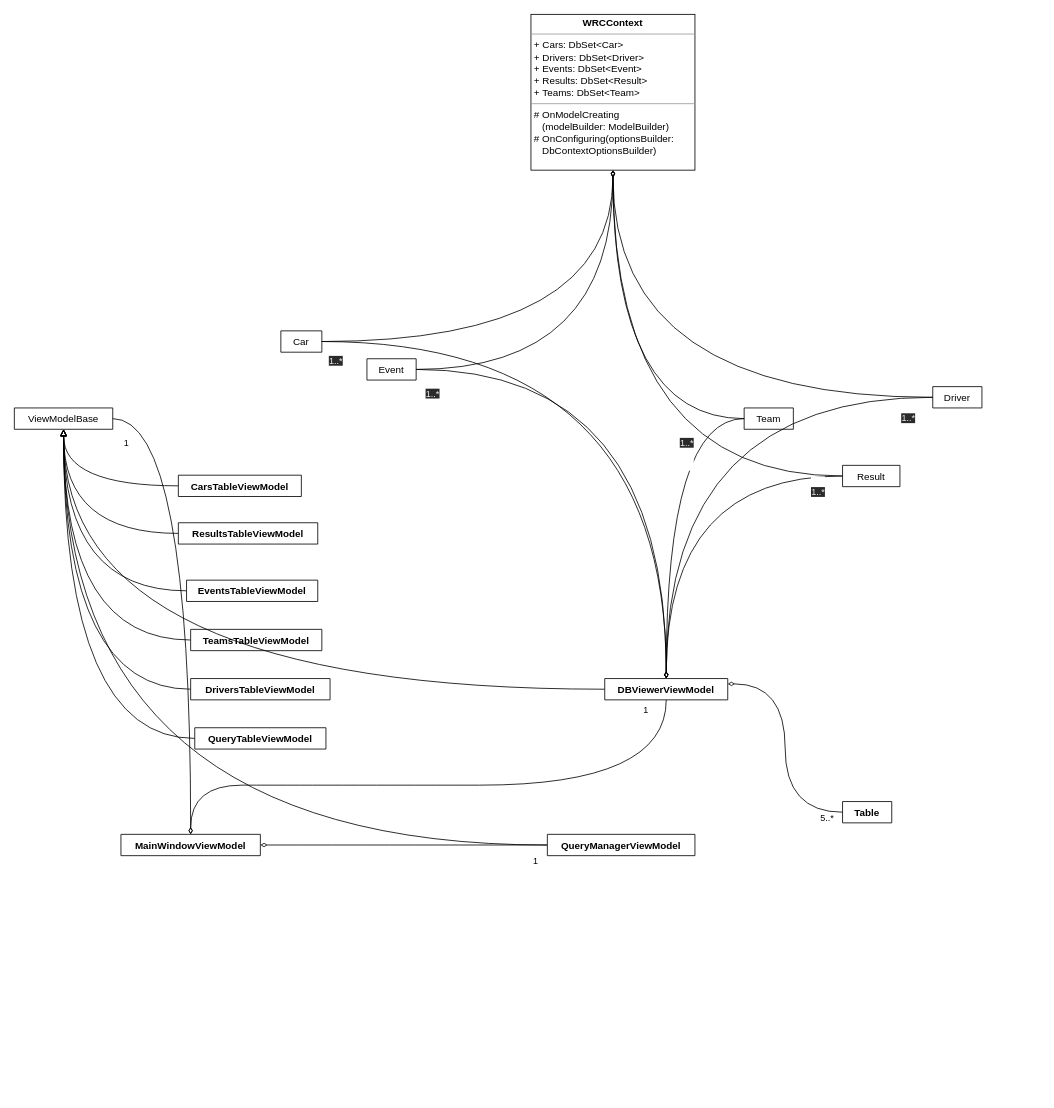
Shadowrazes/BD-Reader keeps this draw.io diagram as ClassDiagram.drawio. Above is the earlier version. Source tidied: cells renumbered, new cells numbered last; positions are measured from the earlier drawing's top-left corner, leaving out a move shared by most shapes. Both pictures are drawn from the tidied source at 82%, with x=0, y=0 at pixel (14, 14).
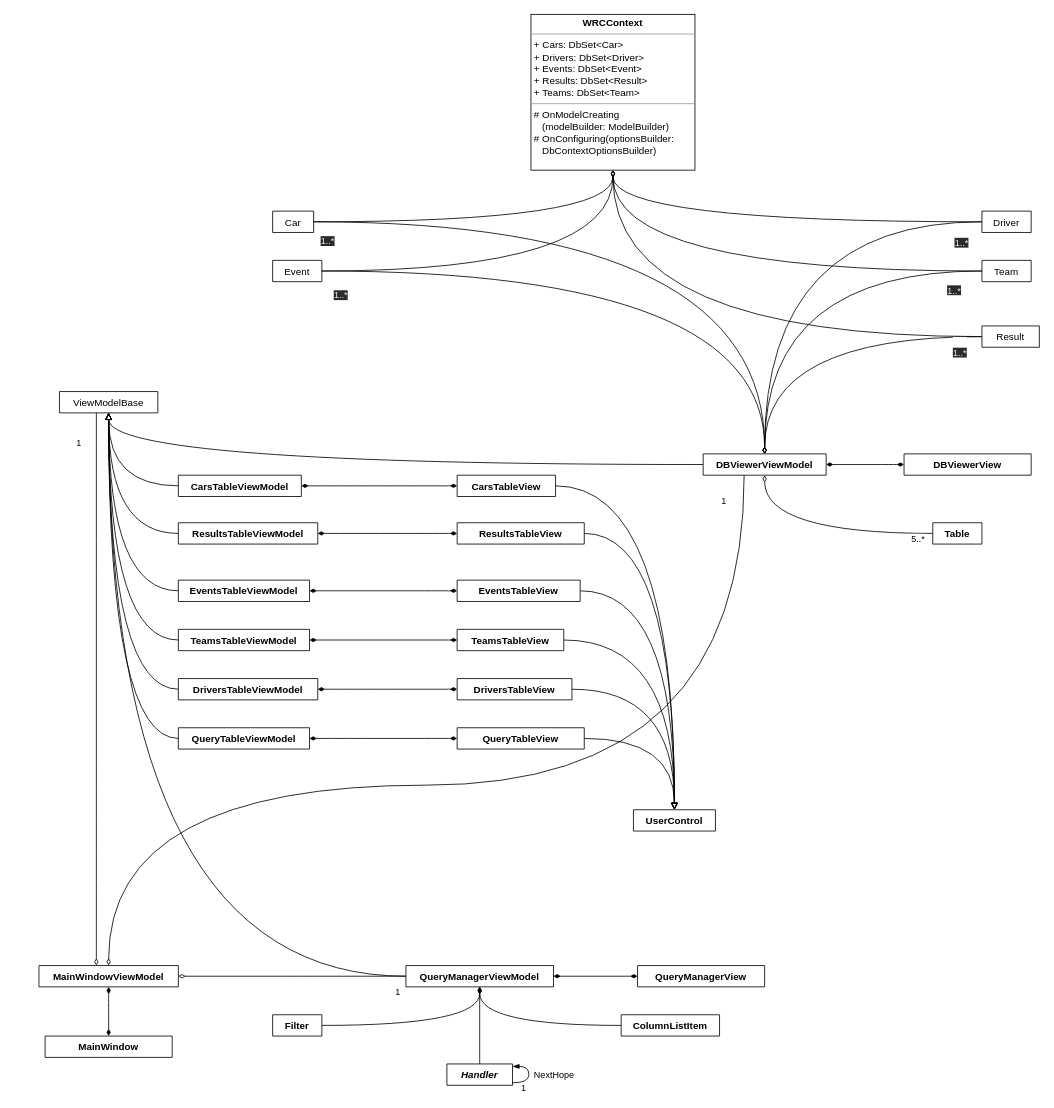
After the change.

Commit message (it also covers changes not shown here):
Update class diagram

The change refers to these unchanged cells:
```xml
<mxCell id="21" value="CarsTableViewModel" style="swimlane;fontStyle=1;align=center;verticalAlign=top;horizontal=1;startSize=26;" parent="1" vertex="1" collapsed="1">
  <mxGeometry x="200" y="562" width="150" height="26" as="geometry" />
</mxCell>
<mxCell id="27" value="ResultsTableViewModel" style="swimlane;fontStyle=1;align=center;verticalAlign=top;horizontal=1;startSize=26;" parent="1" vertex="1" collapsed="1">
  <mxGeometry x="200" y="620" width="170" height="26" as="geometry" />
</mxCell>
```

What changed in the source:
```diff
@@
     <mxCell id="5" value="Car" style="swimlane;fontStyle=0;horizontal=1;startSize=26;fillColor=none;" parent="1" vertex="1" collapsed="1">
-      <mxGeometry x="325" y="386" width="50" height="26" as="geometry" />
+      <mxGeometry x="315" y="240" width="50" height="26" as="geometry" />
     </mxCell>
@@
     <mxCell id="8" value="Driver" style="swimlane;fontStyle=0;horizontal=1;startSize=26;fillColor=none;" parent="1" vertex="1" collapsed="1">
-      <mxGeometry x="1120" y="454" width="60" height="26" as="geometry" />
+      <mxGeometry x="1180" y="240" width="60" height="26" as="geometry" />
     </mxCell>
@@
     <mxCell id="11" value="Event" style="swimlane;fontStyle=0;horizontal=1;startSize=26;fillColor=none;" parent="1" vertex="1" collapsed="1">
-      <mxGeometry x="430" y="420" width="60" height="26" as="geometry" />
+      <mxGeometry x="315" y="300" width="60" height="26" as="geometry" />
     </mxCell>
@@
     <mxCell id="14" value="Result" style="swimlane;fontStyle=0;horizontal=1;startSize=26;fillColor=none;" parent="1" vertex="1" collapsed="1">
-      <mxGeometry x="1010" y="550" width="70" height="26" as="geometry" />
+      <mxGeometry x="1180" y="380" width="70" height="26" as="geometry" />
     </mxCell>
@@
     <mxCell id="16" value="&#10;&lt;span style=&quot;color: rgb(240, 240, 240); font-family: Helvetica; font-size: 11px; font-style: normal; font-variant-ligatures: normal; font-variant-caps: normal; font-weight: 400; letter-spacing: normal; orphans: 2; text-align: center; text-indent: 0px; text-transform: none; widows: 2; word-spacing: 0px; -webkit-text-stroke-width: 0px; background-color: rgb(42, 42, 42); text-decoration-thickness: initial; text-decoration-style: initial; text-decoration-color: initial; float: none; display: inline !important;&quot;&gt;1..*&lt;/span&gt;&#10;&#10;" style="edgeStyle=orthogonalEdgeStyle;curved=1;jettySize=auto;html=1;endArrow=diamondThin;endFill=0;" parent="1" edge="1" source="17" target="36">
-      <mxGeometry x="-0.36" y="25" relative="1" as="geometry" />
+      <mxGeometry x="-0.86" y="31" relative="1" as="geometry" />
     </mxCell>
     <mxCell id="17" value="Team" style="swimlane;fontStyle=0;horizontal=1;startSize=26;fillColor=none;" parent="1" vertex="1" collapsed="1">
-      <mxGeometry x="890" y="480" width="60" height="26" as="geometry" />
+      <mxGeometry x="1180" y="300" width="60" height="26" as="geometry" />
     </mxCell>
     <mxCell id="18" value="1" style="edgeStyle=orthogonalEdgeStyle;curved=1;jettySize=auto;html=1;endArrow=diamondThin;endFill=0;labelPosition=left;verticalLabelPosition=bottom;align=right;verticalAlign=top;" parent="1" edge="1" source="19" target="40">
-      <mxGeometry x="-0.93" y="-17" relative="1" as="geometry" />
+      <mxGeometry x="-0.93" y="-17" relative="1" as="geometry">
+        <Array as="points">
+          <mxPoint x="100" y="1150" />
+          <mxPoint x="100" y="1150" />
+        </Array>
+      </mxGeometry>
     </mxCell>
     <mxCell id="19" value="ViewModelBase" style="swimlane;fontStyle=0;horizontal=1;startSize=26;fillColor=none;" parent="1" vertex="1" collapsed="1">
-      <mxGeometry y="480" width="120" height="26" as="geometry" />
+      <mxGeometry x="55" y="460" width="120" height="26" as="geometry" />
     </mxCell>
@@
     <mxCell id="23" value="DriversTableViewModel" style="swimlane;fontStyle=1;align=center;verticalAlign=top;horizontal=1;startSize=26;" parent="1" vertex="1" collapsed="1">
-      <mxGeometry x="215" y="810" width="170" height="26" as="geometry" />
+      <mxGeometry x="200" y="810" width="170" height="26" as="geometry" />
     </mxCell>
@@
     <mxCell id="25" value="EventsTableViewModel" style="swimlane;fontStyle=1;align=center;verticalAlign=top;horizontal=1;startSize=26;" parent="1" vertex="1" collapsed="1">
-      <mxGeometry x="210" y="690" width="160" height="26" as="geometry" />
+      <mxGeometry x="200" y="690" width="160" height="26" as="geometry" />
     </mxCell>
@@
     <mxCell id="29" value="TeamsTableViewModel" style="swimlane;fontStyle=1;align=center;verticalAlign=top;horizontal=1;startSize=26;" parent="1" vertex="1" collapsed="1">
-      <mxGeometry x="215" y="750" width="160" height="26" as="geometry" />
+      <mxGeometry x="200" y="750" width="160" height="26" as="geometry" />
     </mxCell>
-    <mxCell id="30" value="5..*" style="edgeStyle=orthogonalEdgeStyle;curved=1;jettySize=auto;html=1;endArrow=diamondThin;endFill=0;entryX=1;entryY=0.25;entryDx=0;entryDy=0;" parent="1" edge="1" source="31" target="36">
+    <mxCell id="30" value="5..*" style="edgeStyle=orthogonalEdgeStyle;curved=1;jettySize=auto;html=1;endArrow=diamondThin;endFill=0;" parent="1" edge="1" source="31" target="36">
       <mxGeometry x="-0.87" y="7" relative="1" as="geometry" />
     </mxCell>
     <mxCell id="31" value="Table" style="swimlane;fontStyle=1;align=center;verticalAlign=top;horizontal=1;startSize=26;" parent="1" vertex="1" collapsed="1">
-      <mxGeometry x="1010" y="960" width="60" height="26" as="geometry" />
+      <mxGeometry x="1120" y="620" width="60" height="26" as="geometry" />
     </mxCell>
@@
     <mxCell id="33" value="QueryTableViewModel" style="swimlane;fontStyle=1;align=center;verticalAlign=top;horizontal=1;startSize=26;" parent="1" vertex="1" collapsed="1">
-      <mxGeometry x="220" y="870" width="160" height="26" as="geometry" />
+      <mxGeometry x="200" y="870" width="160" height="26" as="geometry" />
     </mxCell>
@@
     <mxCell id="35" value="1" style="edgeStyle=orthogonalEdgeStyle;curved=1;jettySize=auto;html=1;endArrow=diamondThin;endFill=0;labelPosition=center;verticalLabelPosition=top;align=center;verticalAlign=bottom;" parent="1" edge="1" source="36" target="40">
       <mxGeometry x="-0.94" y="-25" relative="1" as="geometry">
         <Array as="points">
-          <mxPoint x="340" y="940" />
-          <mxPoint x="365" y="940" />
+          <mxPoint x="890" y="940" />
+          <mxPoint x="115" y="940" />
         </Array>
       </mxGeometry>
     </mxCell>
     <mxCell id="36" value="DBViewerViewModel" style="swimlane;fontStyle=1;align=center;verticalAlign=top;horizontal=1;startSize=26;" parent="1" vertex="1" collapsed="1">
-      <mxGeometry x="720" y="810" width="150" height="26" as="geometry" />
+      <mxGeometry x="840" y="536" width="150" height="26" as="geometry" />
     </mxCell>
@@
     <mxCell id="39" value="QueryManagerViewModel" style="swimlane;fontStyle=1;align=center;verticalAlign=top;horizontal=1;startSize=26;" parent="1" vertex="1" collapsed="1">
-      <mxGeometry x="650" y="1000" width="180" height="26" as="geometry" />
+      <mxGeometry x="477.5" y="1160" width="180" height="26" as="geometry" />
     </mxCell>
+    <mxCell id="41" style="edgeStyle=orthogonalEdgeStyle;curved=1;jettySize=auto;html=1;startArrow=diamondThin;startFill=1;endArrow=diamondThin;endFill=1;" parent="1" edge="1" source="40" target="66">
+      <mxGeometry relative="1" as="geometry" />
+    </mxCell>
     <mxCell id="40" value="MainWindowViewModel" style="swimlane;fontStyle=1;align=center;verticalAlign=top;horizontal=1;startSize=26;" parent="1" vertex="1" collapsed="1">
-      <mxGeometry x="130" y="1000" width="170" height="26" as="geometry" />
+      <mxGeometry x="30" y="1160" width="170" height="26" as="geometry" />
     </mxCell>
+    <mxCell id="42" style="edgeStyle=orthogonalEdgeStyle;curved=1;jettySize=auto;html=1;endArrow=diamondThin;endFill=1;" parent="1" edge="1" source="43" target="39">
+      <mxGeometry relative="1" as="geometry" />
+    </mxCell>
+    <mxCell id="43" value="Handler" style="swimlane;fontStyle=3;align=center;verticalAlign=top;horizontal=1;startSize=26;" parent="1" vertex="1" collapsed="1">
+      <mxGeometry x="527.5" y="1280" width="80" height="26" as="geometry" />
+    </mxCell>
+    <mxCell id="44" style="edgeStyle=orthogonalEdgeStyle;curved=1;jettySize=auto;html=1;endArrow=diamondThin;endFill=1;" parent="1" edge="1" source="45" target="39">
+      <mxGeometry relative="1" as="geometry" />
+    </mxCell>
+    <mxCell id="45" value="Filter" style="swimlane;fontStyle=1;align=center;verticalAlign=top;horizontal=1;startSize=26;" parent="1" vertex="1" collapsed="1">
+      <mxGeometry x="315" y="1220" width="60" height="26" as="geometry" />
+    </mxCell>
+    <mxCell id="46" style="edgeStyle=orthogonalEdgeStyle;curved=1;jettySize=auto;html=1;entryX=0.5;entryY=1;entryDx=0;entryDy=0;endArrow=diamondThin;endFill=1;" parent="1" edge="1" source="47" target="39">
+      <mxGeometry relative="1" as="geometry" />
+    </mxCell>
+    <mxCell id="47" value="ColumnListItem" style="swimlane;fontStyle=1;align=center;verticalAlign=top;horizontal=1;startSize=26;" parent="1" vertex="1" collapsed="1">
+      <mxGeometry x="740" y="1220" width="120" height="26" as="geometry" />
+    </mxCell>
+    <mxCell id="48" value="UserControl" style="swimlane;fontStyle=1;align=center;verticalAlign=top;horizontal=1;startSize=26;" parent="1" vertex="1" collapsed="1">
+      <mxGeometry x="755" y="970" width="100" height="26" as="geometry" />
+    </mxCell>
+    <mxCell id="49" style="edgeStyle=orthogonalEdgeStyle;curved=1;jettySize=auto;html=1;endArrow=diamondThin;endFill=1;startArrow=diamondThin;startFill=1;" parent="1" edge="1" source="51" target="21">
+      <mxGeometry relative="1" as="geometry" />
+    </mxCell>
+    <mxCell id="50" style="edgeStyle=orthogonalEdgeStyle;curved=1;jettySize=auto;html=1;startArrow=none;startFill=0;endArrow=block;endFill=0;" parent="1" edge="1" source="51" target="48">
+      <mxGeometry relative="1" as="geometry" />
+    </mxCell>
+    <mxCell id="51" value="CarsTableView" style="swimlane;fontStyle=1;align=center;verticalAlign=top;horizontal=1;startSize=26;" parent="1" vertex="1" collapsed="1">
+      <mxGeometry x="540" y="562" width="120" height="26" as="geometry" />
+    </mxCell>
+    <mxCell id="52" style="edgeStyle=orthogonalEdgeStyle;curved=1;jettySize=auto;html=1;endArrow=diamondThin;endFill=1;startArrow=diamondThin;startFill=1;" parent="1" edge="1" source="54" target="25">
+      <mxGeometry relative="1" as="geometry" />
+    </mxCell>
+    <mxCell id="53" style="edgeStyle=orthogonalEdgeStyle;curved=1;jettySize=auto;html=1;startArrow=none;startFill=0;endArrow=block;endFill=0;" parent="1" edge="1" source="54" target="48">
+      <mxGeometry relative="1" as="geometry" />
+    </mxCell>
+    <mxCell id="54" value="EventsTableView" style="swimlane;fontStyle=1;align=center;verticalAlign=top;horizontal=1;startSize=26;" parent="1" vertex="1" collapsed="1">
+      <mxGeometry x="540" y="690" width="150" height="26" as="geometry" />
+    </mxCell>
+    <mxCell id="55" style="edgeStyle=orthogonalEdgeStyle;curved=1;jettySize=auto;html=1;endArrow=diamondThin;endFill=1;startArrow=diamondThin;startFill=1;" parent="1" edge="1" source="57" target="29">
+      <mxGeometry relative="1" as="geometry" />
+    </mxCell>
+    <mxCell id="56" style="edgeStyle=orthogonalEdgeStyle;curved=1;jettySize=auto;html=1;startArrow=none;startFill=0;endArrow=block;endFill=0;" parent="1" edge="1" source="57" target="48">
+      <mxGeometry relative="1" as="geometry" />
+    </mxCell>
+    <mxCell id="57" value="TeamsTableView" style="swimlane;fontStyle=1;align=center;verticalAlign=top;horizontal=1;startSize=26;" parent="1" vertex="1" collapsed="1">
+      <mxGeometry x="540" y="750" width="130" height="26" as="geometry" />
+    </mxCell>
+    <mxCell id="58" style="edgeStyle=orthogonalEdgeStyle;curved=1;jettySize=auto;html=1;endArrow=diamondThin;endFill=1;startArrow=diamondThin;startFill=1;" parent="1" edge="1" source="60" target="23">
+      <mxGeometry relative="1" as="geometry" />
+    </mxCell>
+    <mxCell id="59" style="edgeStyle=orthogonalEdgeStyle;curved=1;jettySize=auto;html=1;startArrow=none;startFill=0;endArrow=block;endFill=0;" parent="1" edge="1" source="60" target="48">
+      <mxGeometry relative="1" as="geometry" />
+    </mxCell>
+    <mxCell id="60" value="DriversTableView" style="swimlane;fontStyle=1;align=center;verticalAlign=top;horizontal=1;startSize=26;" parent="1" vertex="1" collapsed="1">
+      <mxGeometry x="540" y="810" width="140" height="26" as="geometry" />
+    </mxCell>
+    <mxCell id="61" style="edgeStyle=orthogonalEdgeStyle;curved=1;jettySize=auto;html=1;endArrow=diamondThin;endFill=1;startArrow=diamondThin;startFill=1;" parent="1" edge="1" source="63" target="27">
+      <mxGeometry relative="1" as="geometry" />
+    </mxCell>
+    <mxCell id="62" style="edgeStyle=orthogonalEdgeStyle;curved=1;jettySize=auto;html=1;startArrow=none;startFill=0;endArrow=block;endFill=0;" parent="1" edge="1" source="63" target="48">
+      <mxGeometry relative="1" as="geometry" />
+    </mxCell>
+    <mxCell id="63" value="ResultsTableView" style="swimlane;fontStyle=1;align=center;verticalAlign=top;horizontal=1;startSize=26;" parent="1" vertex="1" collapsed="1">
+      <mxGeometry x="540" y="620" width="155" height="26" as="geometry" />
+    </mxCell>
+    <mxCell id="64" style="edgeStyle=orthogonalEdgeStyle;curved=1;jettySize=auto;html=1;startArrow=diamondThin;startFill=1;endArrow=diamondThin;endFill=1;" parent="1" edge="1" source="65" target="36">
+      <mxGeometry relative="1" as="geometry" />
+    </mxCell>
+    <mxCell id="65" value="DBViewerView" style="swimlane;fontStyle=1;align=center;verticalAlign=top;horizontal=1;startSize=26;" parent="1" vertex="1" collapsed="1">
+      <mxGeometry x="1085" y="536" width="155" height="26" as="geometry" />
+    </mxCell>
+    <mxCell id="66" value="MainWindow" style="swimlane;fontStyle=1;align=center;verticalAlign=top;horizontal=1;startSize=26;" parent="1" vertex="1" collapsed="1">
+      <mxGeometry x="37.5" y="1246" width="155" height="26" as="geometry" />
+    </mxCell>
+    <mxCell id="67" style="edgeStyle=orthogonalEdgeStyle;curved=1;jettySize=auto;html=1;entryX=1;entryY=0.5;entryDx=0;entryDy=0;startArrow=diamondThin;startFill=1;endArrow=diamondThin;endFill=1;" parent="1" edge="1" source="69" target="33">
+      <mxGeometry relative="1" as="geometry" />
+    </mxCell>
+    <mxCell id="68" style="edgeStyle=orthogonalEdgeStyle;curved=1;jettySize=auto;html=1;startArrow=none;startFill=0;endArrow=block;endFill=0;" parent="1" edge="1" source="69" target="48">
+      <mxGeometry relative="1" as="geometry" />
+    </mxCell>
+    <mxCell id="69" value="QueryTableView" style="swimlane;fontStyle=1;align=center;verticalAlign=top;horizontal=1;startSize=26;" parent="1" vertex="1" collapsed="1">
+      <mxGeometry x="540" y="870" width="155" height="26" as="geometry" />
+    </mxCell>
+    <mxCell id="70" style="edgeStyle=orthogonalEdgeStyle;curved=1;jettySize=auto;html=1;startArrow=diamondThin;startFill=1;endArrow=diamondThin;endFill=1;" parent="1" edge="1" source="71" target="39">
+      <mxGeometry relative="1" as="geometry" />
+    </mxCell>
+    <mxCell id="71" value="QueryManagerView" style="swimlane;fontStyle=1;align=center;verticalAlign=top;horizontal=1;startSize=26;" parent="1" vertex="1" collapsed="1">
+      <mxGeometry x="760" y="1160" width="155" height="26" as="geometry" />
+    </mxCell>
+    <mxCell id="72" value="1" style="edgeStyle=orthogonalEdgeStyle;curved=1;orthogonalLoop=1;jettySize=auto;html=1;startArrow=blockThin;startFill=1;endArrow=none;endFill=0;" parent="1" edge="1" source="43" target="43">
+      <mxGeometry x="0.58" y="7" relative="1" as="geometry" />
+    </mxCell>
+    <mxCell id="73" value="NextHope" style="edgeLabel;html=1;align=center;verticalAlign=middle;" parent="72" vertex="1">
+      <mxGeometry x="-0.63" y="-1" relative="1" as="geometry">
+        <mxPoint x="39" y="9" as="offset" />
+      </mxGeometry>
+    </mxCell>
```
